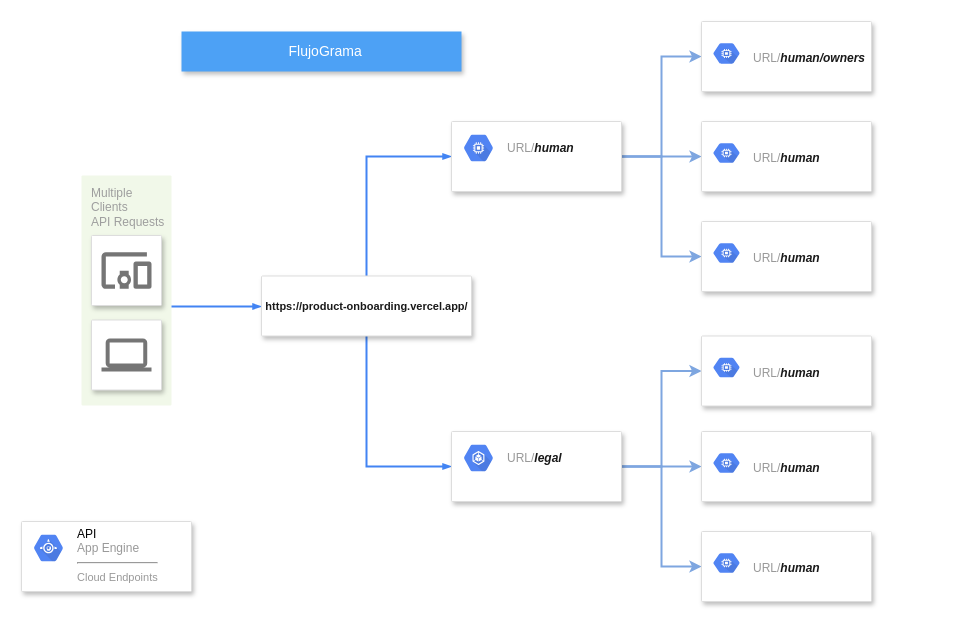
Before: Diagrama sin título.drawio in cabrerafrancisco/ChallegeCeleriQA, a draw.io diagram. Source tidied: cells renumbered, new cells numbered last; positions are measured from the earlier drawing's top-left corner, leaving out a move shared by most shapes. Both pictures are drawn from the tidied source at 100%, with x=0, y=0 at pixel (21, 21).
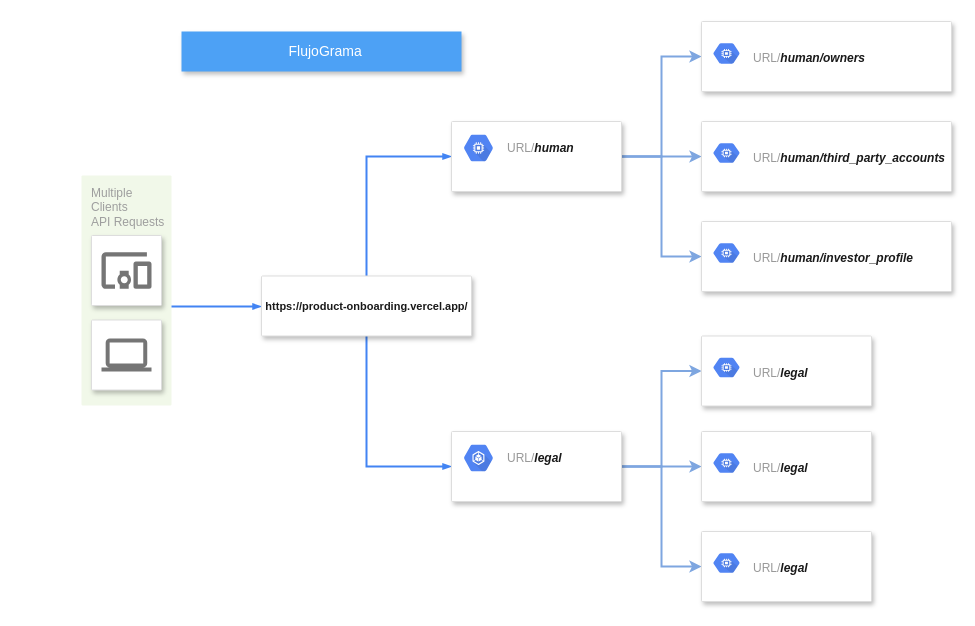
Above is the later version.

Commit message:
endpoints-human

Unchanged cells that the change refers to:
```xml
<mxCell id="30" style="strokeColor=#dddddd;fillColor=#ffffff;shadow=1;strokeWidth=1;rounded=1;absoluteArcSize=1;arcSize=2;fontSize=11;fontColor=#9E9E9E;align=center;html=1;" parent="1" vertex="1">
  <mxGeometry x="680" y="314.5" width="170" height="70" as="geometry" />
</mxCell>
<mxCell id="32" style="strokeColor=#dddddd;fillColor=#ffffff;shadow=1;strokeWidth=1;rounded=1;absoluteArcSize=1;arcSize=2;fontSize=11;fontColor=#9E9E9E;align=center;html=1;" parent="1" vertex="1">
  <mxGeometry x="680" y="410" width="170" height="70" as="geometry" />
</mxCell>
<mxCell id="34" style="strokeColor=#dddddd;fillColor=#ffffff;shadow=1;strokeWidth=1;rounded=1;absoluteArcSize=1;arcSize=2;fontSize=11;fontColor=#9E9E9E;align=center;html=1;" parent="1" vertex="1">
  <mxGeometry x="680" y="510" width="170" height="70" as="geometry" />
</mxCell>
```

Diff of the diagram source:
```diff
@@
-    <mxCell id="12" style="strokeColor=#dddddd;fillColor=#ffffff;shadow=1;strokeWidth=1;rounded=1;absoluteArcSize=1;arcSize=2;fontSize=11;fontColor=#9E9E9E;align=center;html=1;" parent="1" vertex="1">
-      <mxGeometry y="500" width="170" height="70" as="geometry" />
-    </mxCell>
-    <mxCell id="13" value="&lt;font color=&quot;#000000&quot;&gt;API&lt;/font&gt;&lt;br&gt;App Engine&lt;hr&gt;&lt;font style=&quot;font-size: 11px&quot;&gt;Cloud Endpoints&lt;/font&gt;" style="dashed=0;html=1;fillColor=#5184F3;strokeColor=none;shape=mxgraph.gcp2.hexIcon;prIcon=app_engine;labelPosition=right;verticalLabelPosition=middle;align=left;verticalAlign=top;spacingLeft=5;fontColor=#999999;fontSize=12;spacingTop=-8;" parent="12" vertex="1">
-      <mxGeometry width="44" height="39" relative="1" as="geometry">
-        <mxPoint x="5" y="7" as="offset" />
-      </mxGeometry>
-    </mxCell>
@@
     <mxCell id="24" style="strokeColor=#dddddd;fillColor=#ffffff;shadow=1;strokeWidth=1;rounded=1;absoluteArcSize=1;arcSize=2;fontSize=11;fontColor=#9E9E9E;align=center;html=1;" parent="1" vertex="1">
-      <mxGeometry x="680" width="170" height="70" as="geometry" />
+      <mxGeometry x="680" width="250" height="70" as="geometry" />
     </mxCell>
@@
     <mxCell id="26" style="strokeColor=#dddddd;fillColor=#ffffff;shadow=1;strokeWidth=1;rounded=1;absoluteArcSize=1;arcSize=2;fontSize=11;fontColor=#9E9E9E;align=center;html=1;" parent="1" vertex="1">
-      <mxGeometry x="680" y="100" width="170" height="70" as="geometry" />
+      <mxGeometry x="680" y="100" width="250" height="70" as="geometry" />
     </mxCell>
-    <mxCell id="27" value="&lt;br&gt;URL/&lt;font style=&quot;border-color: var(--border-color);&quot; color=&quot;#1a1a1a&quot;&gt;&lt;b style=&quot;border-color: var(--border-color);&quot;&gt;&lt;i style=&quot;border-color: var(--border-color);&quot;&gt;human&lt;/i&gt;&lt;/b&gt;&lt;/font&gt;" style="dashed=0;html=1;fillColor=#5184F3;strokeColor=none;shape=mxgraph.gcp2.hexIcon;prIcon=compute_engine;labelPosition=right;verticalLabelPosition=middle;align=left;verticalAlign=top;spacingLeft=5;fontColor=#999999;fontSize=12;spacingTop=-8;" parent="26" vertex="1">
+    <mxCell id="27" value="&lt;br&gt;URL/&lt;font style=&quot;border-color: var(--border-color);&quot; color=&quot;#1a1a1a&quot;&gt;&lt;b style=&quot;border-color: var(--border-color);&quot;&gt;&lt;i style=&quot;border-color: var(--border-color);&quot;&gt;human/third_party_accounts&lt;/i&gt;&lt;/b&gt;&lt;/font&gt;" style="dashed=0;html=1;fillColor=#5184F3;strokeColor=none;shape=mxgraph.gcp2.hexIcon;prIcon=compute_engine;labelPosition=right;verticalLabelPosition=middle;align=left;verticalAlign=top;spacingLeft=5;fontColor=#999999;fontSize=12;spacingTop=-8;" parent="26" vertex="1">
       <mxGeometry width="40" height="29" relative="1" as="geometry">
         <mxPoint x="5" y="17" as="offset" />
       </mxGeometry>
     </mxCell>
     <mxCell id="28" style="strokeColor=#dddddd;fillColor=#ffffff;shadow=1;strokeWidth=1;rounded=1;absoluteArcSize=1;arcSize=2;fontSize=11;fontColor=#9E9E9E;align=center;html=1;" parent="1" vertex="1">
-      <mxGeometry x="680" y="200" width="170" height="70" as="geometry" />
+      <mxGeometry x="680" y="200" width="250" height="70" as="geometry" />
     </mxCell>
-    <mxCell id="29" value="&lt;br&gt;URL/&lt;font style=&quot;border-color: var(--border-color);&quot; color=&quot;#1a1a1a&quot;&gt;&lt;b style=&quot;border-color: var(--border-color);&quot;&gt;&lt;i style=&quot;border-color: var(--border-color);&quot;&gt;human&lt;/i&gt;&lt;/b&gt;&lt;/font&gt;" style="dashed=0;html=1;fillColor=#5184F3;strokeColor=none;shape=mxgraph.gcp2.hexIcon;prIcon=compute_engine;labelPosition=right;verticalLabelPosition=middle;align=left;verticalAlign=top;spacingLeft=5;fontColor=#999999;fontSize=12;spacingTop=-8;" parent="28" vertex="1">
+    <mxCell id="29" value="&lt;br&gt;URL/&lt;font style=&quot;border-color: var(--border-color);&quot; color=&quot;#1a1a1a&quot;&gt;&lt;b style=&quot;border-color: var(--border-color);&quot;&gt;&lt;i style=&quot;border-color: var(--border-color);&quot;&gt;human/investor_profile&lt;/i&gt;&lt;/b&gt;&lt;/font&gt;" style="dashed=0;html=1;fillColor=#5184F3;strokeColor=none;shape=mxgraph.gcp2.hexIcon;prIcon=compute_engine;labelPosition=right;verticalLabelPosition=middle;align=left;verticalAlign=top;spacingLeft=5;fontColor=#999999;fontSize=12;spacingTop=-8;" parent="28" vertex="1">
       <mxGeometry width="40" height="29" relative="1" as="geometry">
         <mxPoint x="5" y="17" as="offset" />
       </mxGeometry>
     </mxCell>
@@
-    <mxCell id="31" value="&lt;br&gt;URL/&lt;font style=&quot;border-color: var(--border-color);&quot; color=&quot;#1a1a1a&quot;&gt;&lt;b style=&quot;border-color: var(--border-color);&quot;&gt;&lt;i style=&quot;border-color: var(--border-color);&quot;&gt;human&lt;/i&gt;&lt;/b&gt;&lt;/font&gt;" style="dashed=0;html=1;fillColor=#5184F3;strokeColor=none;shape=mxgraph.gcp2.hexIcon;prIcon=compute_engine;labelPosition=right;verticalLabelPosition=middle;align=left;verticalAlign=top;spacingLeft=5;fontColor=#999999;fontSize=12;spacingTop=-8;" parent="30" vertex="1">
+    <mxCell id="31" value="&lt;br&gt;URL/&lt;b style=&quot;border-color: var(--border-color); color: rgb(26, 26, 26);&quot;&gt;&lt;i style=&quot;border-color: var(--border-color);&quot;&gt;legal&lt;/i&gt;&lt;/b&gt;" style="dashed=0;html=1;fillColor=#5184F3;strokeColor=none;shape=mxgraph.gcp2.hexIcon;prIcon=compute_engine;labelPosition=right;verticalLabelPosition=middle;align=left;verticalAlign=top;spacingLeft=5;fontColor=#999999;fontSize=12;spacingTop=-8;" parent="30" vertex="1">
       <mxGeometry width="40" height="29" relative="1" as="geometry">
         <mxPoint x="5" y="17" as="offset" />
       </mxGeometry>
     </mxCell>
@@
-    <mxCell id="33" value="&lt;br&gt;URL/&lt;font style=&quot;border-color: var(--border-color);&quot; color=&quot;#1a1a1a&quot;&gt;&lt;b style=&quot;border-color: var(--border-color);&quot;&gt;&lt;i style=&quot;border-color: var(--border-color);&quot;&gt;human&lt;/i&gt;&lt;/b&gt;&lt;/font&gt;" style="dashed=0;html=1;fillColor=#5184F3;strokeColor=none;shape=mxgraph.gcp2.hexIcon;prIcon=compute_engine;labelPosition=right;verticalLabelPosition=middle;align=left;verticalAlign=top;spacingLeft=5;fontColor=#999999;fontSize=12;spacingTop=-8;" parent="32" vertex="1">
+    <mxCell id="33" value="&lt;br&gt;URL/&lt;b style=&quot;border-color: var(--border-color); color: rgb(26, 26, 26);&quot;&gt;&lt;i style=&quot;border-color: var(--border-color);&quot;&gt;legal&lt;/i&gt;&lt;/b&gt;" style="dashed=0;html=1;fillColor=#5184F3;strokeColor=none;shape=mxgraph.gcp2.hexIcon;prIcon=compute_engine;labelPosition=right;verticalLabelPosition=middle;align=left;verticalAlign=top;spacingLeft=5;fontColor=#999999;fontSize=12;spacingTop=-8;" parent="32" vertex="1">
       <mxGeometry width="40" height="29" relative="1" as="geometry">
         <mxPoint x="5" y="17" as="offset" />
       </mxGeometry>
     </mxCell>
@@
-    <mxCell id="35" value="&lt;br&gt;URL/&lt;font style=&quot;border-color: var(--border-color);&quot; color=&quot;#1a1a1a&quot;&gt;&lt;b style=&quot;border-color: var(--border-color);&quot;&gt;&lt;i style=&quot;border-color: var(--border-color);&quot;&gt;human&lt;/i&gt;&lt;/b&gt;&lt;/font&gt;" style="dashed=0;html=1;fillColor=#5184F3;strokeColor=none;shape=mxgraph.gcp2.hexIcon;prIcon=compute_engine;labelPosition=right;verticalLabelPosition=middle;align=left;verticalAlign=top;spacingLeft=5;fontColor=#999999;fontSize=12;spacingTop=-8;" parent="34" vertex="1">
+    <mxCell id="35" value="&lt;br&gt;URL/&lt;b style=&quot;border-color: var(--border-color); color: rgb(26, 26, 26);&quot;&gt;&lt;i style=&quot;border-color: var(--border-color);&quot;&gt;legal&lt;/i&gt;&lt;/b&gt;" style="dashed=0;html=1;fillColor=#5184F3;strokeColor=none;shape=mxgraph.gcp2.hexIcon;prIcon=compute_engine;labelPosition=right;verticalLabelPosition=middle;align=left;verticalAlign=top;spacingLeft=5;fontColor=#999999;fontSize=12;spacingTop=-8;" parent="34" vertex="1">
       <mxGeometry width="40" height="29" relative="1" as="geometry">
         <mxPoint x="5" y="17" as="offset" />
       </mxGeometry>
     </mxCell>
```
